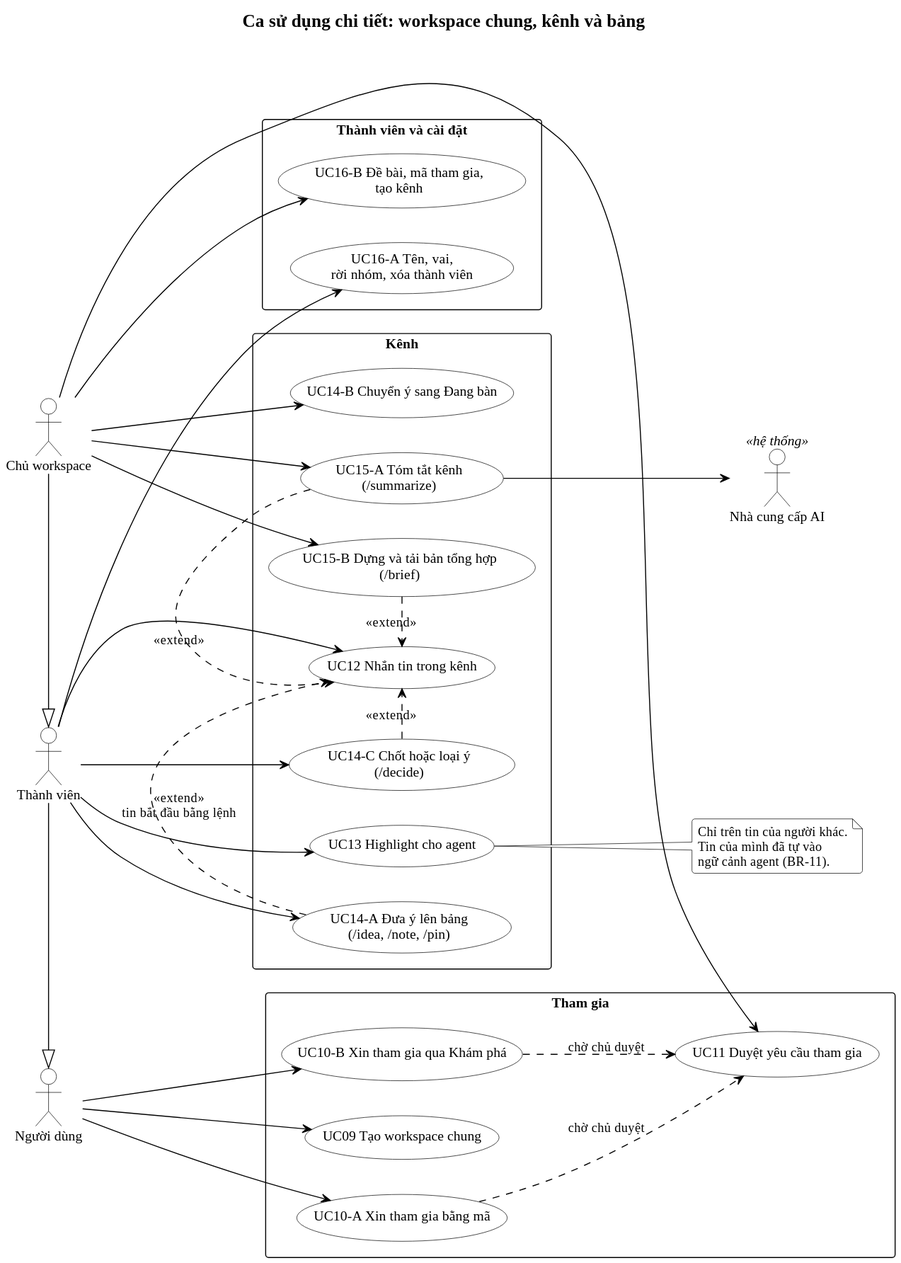
Before: uml/img/uc-02-shared-workspace.svg, a diagram exported from PlantUML (Jin2509/Specgate_BlackBoard).
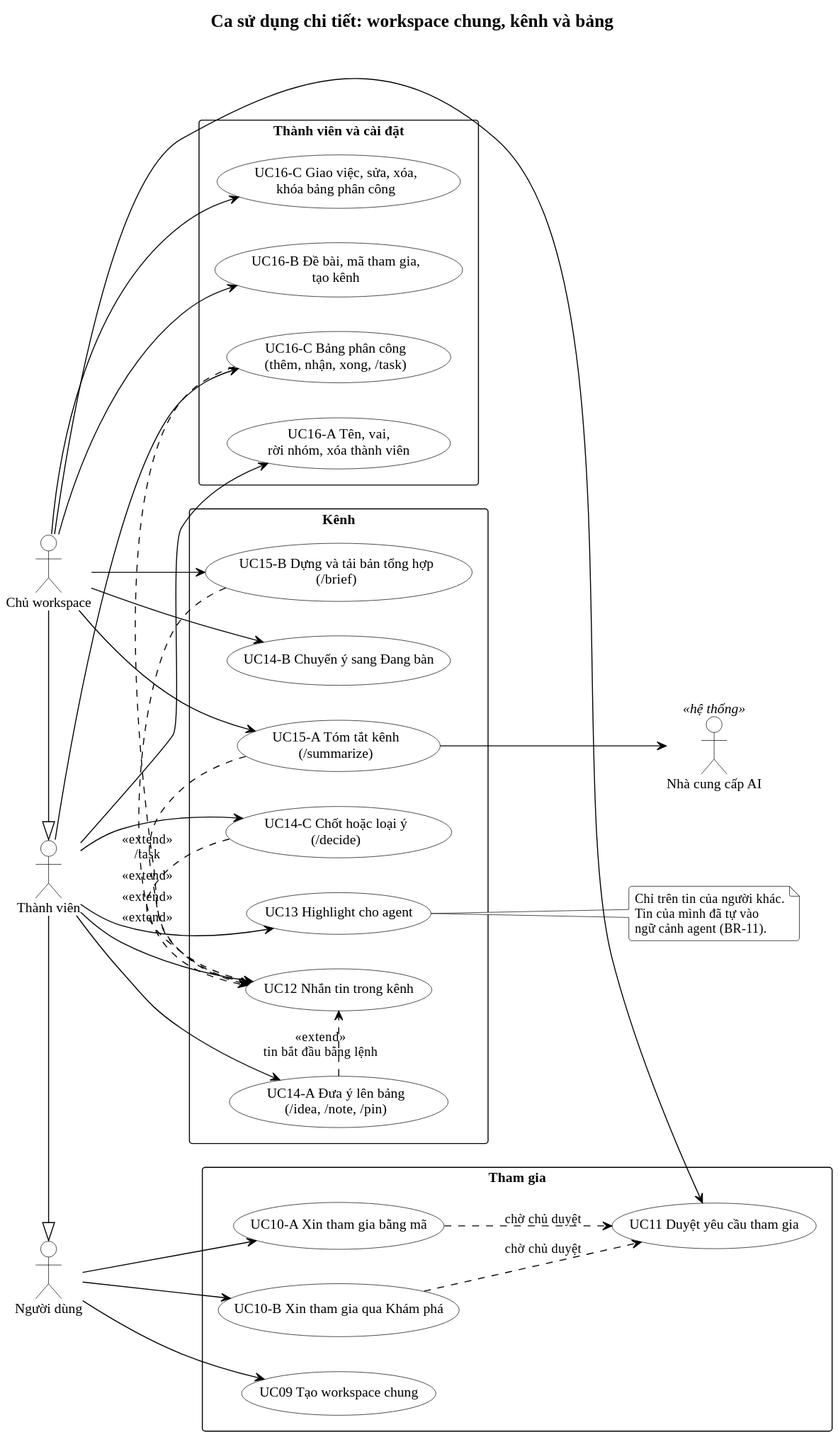
After the commit.

Change to the diagram source:
```diff
@@ -30,6 +30,8 @@
 rectangle "Thành viên và cài đặt" {
   usecase "UC16-A Tên, vai,\nrời nhóm, xóa thành viên" as UC16A
   usecase "UC16-B Đề bài, mã tham gia,\ntạo kênh" as UC16B
+  usecase "UC16-C Bảng phân công\n(thêm, nhận, xong, /task)" as UC16C
+  usecase "UC16-C Giao việc, sửa, xóa,\nkhóa bảng phân công" as UC16CO
 }
 
 User --> UC09
@@ -45,6 +47,9 @@
 Owner --> UC15B
 Member --> UC16A
 Owner --> UC16B
+Member --> UC16C
+Owner --> UC16CO
+UC16C .> UC12 : <<extend>>\n/task
 
 UC10A ..> UC11 : chờ chủ duyệt
 UC10B ..> UC11 : chờ chủ duyệt
```
